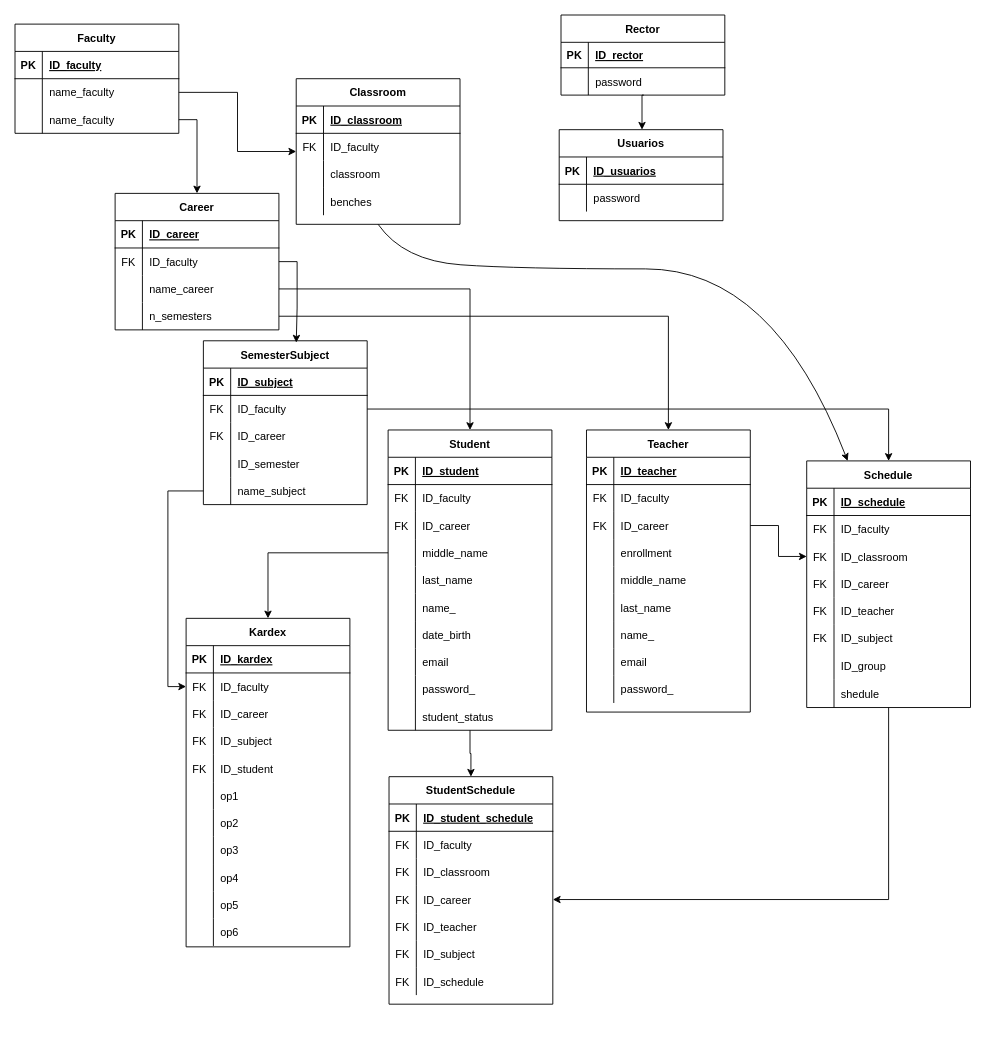
Before: UANL.drawio in miguelrang/InscripcionHorarioSIASE-UANL-SIMULACION-1.0, a draw.io diagram. Source tidied: cells renumbered, new cells numbered last; positions are measured from the earlier drawing's top-left corner, leaving out a move shared by most shapes. Both pictures are drawn from the tidied source at 91%, with x=0, y=0 at pixel (15, 15).
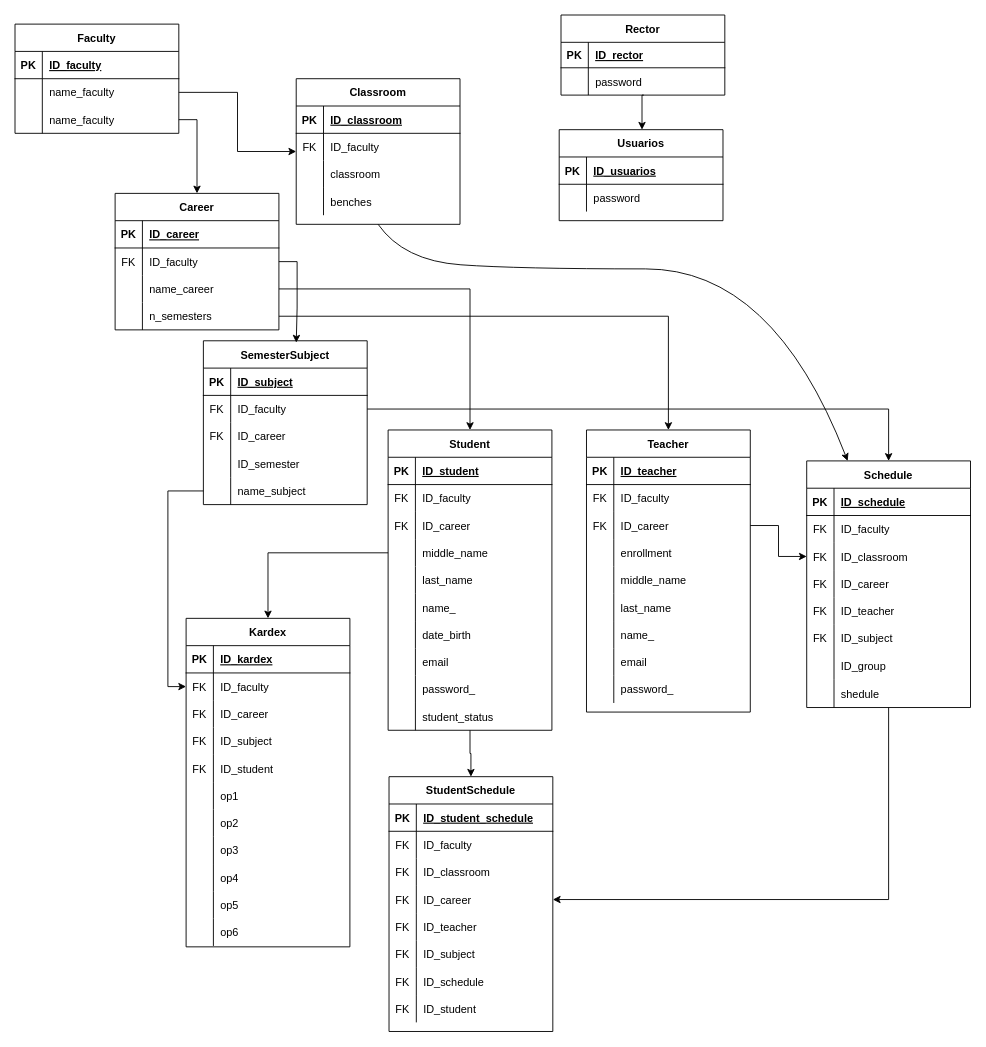
The same diagram, later.

The edit, as a diff of the source:
```diff
@@
     <mxCell id="199" value="StudentSchedule" style="shape=table;startSize=30;childLayout=tableLayout;rowLines=0;fontStyle=1;align=center;" parent="1" vertex="1">
-      <mxGeometry x="411" y="837" width="180" height="250" as="geometry" />
+      <mxGeometry x="411" y="837" width="180" height="280" as="geometry" />
     </mxCell>
@@
+    <mxCell id="221" style="shape=tableRow;horizontal=0;startSize=0;swimlaneHead=0;swimlaneBody=0;fillColor=none;top=0;left=0;right=0;bottom=0;" parent="199" vertex="1">
+      <mxGeometry y="240" width="180" height="30" as="geometry" />
+    </mxCell>
+    <mxCell id="222" value="FK" style="shape=partialRectangle;fillColor=none;top=0;left=0;bottom=0;right=0;overflow=hidden;" parent="221" vertex="1">
+      <mxGeometry width="30" height="30" as="geometry" />
+    </mxCell>
+    <mxCell id="223" value="ID_student" style="shape=partialRectangle;fillColor=none;top=0;left=0;bottom=0;right=0;align=left;spacingLeft=6;overflow=hidden;" parent="221" vertex="1">
+      <mxGeometry x="30" width="150" height="30" as="geometry" />
+    </mxCell>
```
